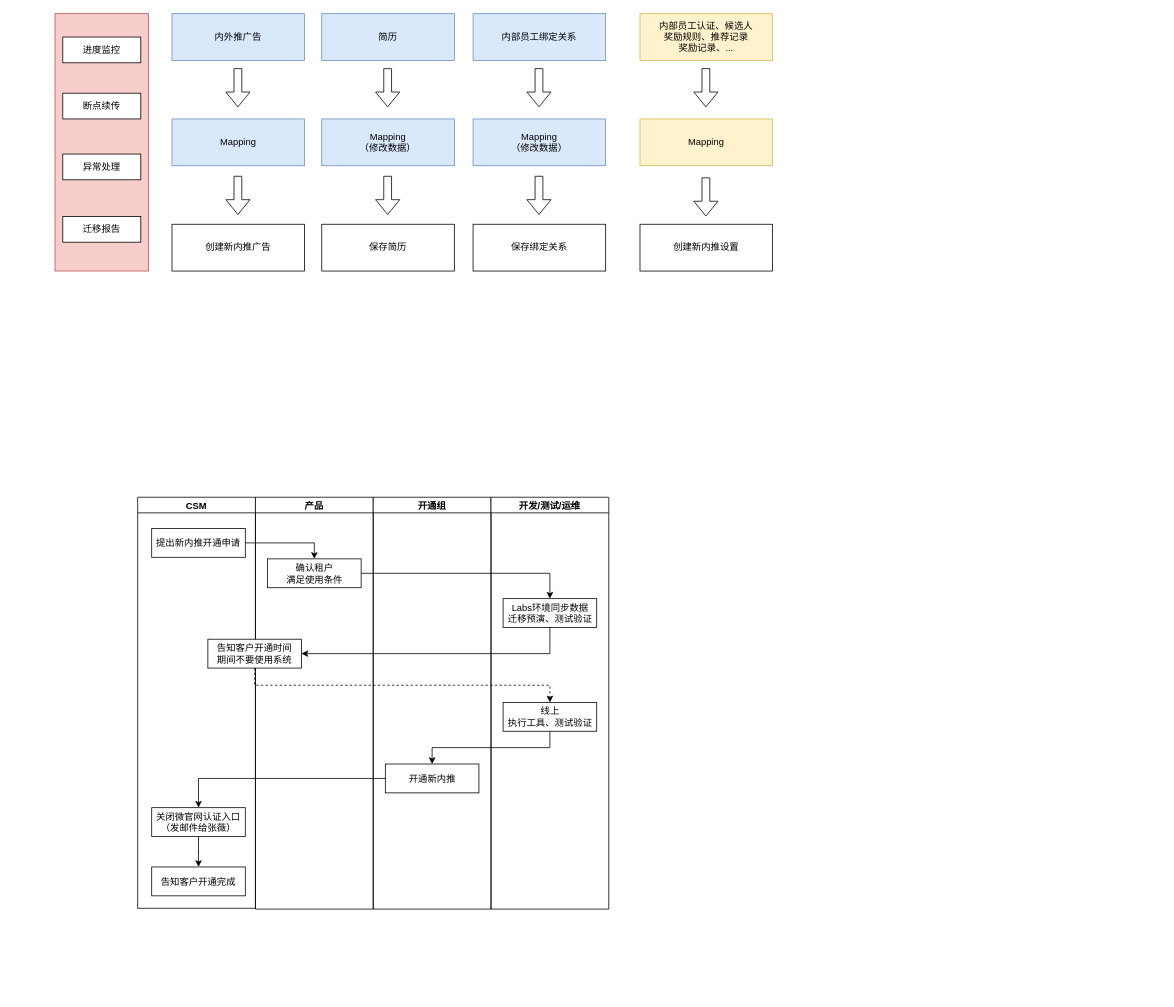
Above: 内外推架构.drawio in Lucas20029/A-Beisen-MicroSite-Diagrams (draw.io), before the change. Source tidied: cells renumbered, new cells numbered last; positions are measured from the earlier drawing's top-left corner, leaving out a move shared by most shapes. Both pictures are drawn from the tidied source at 78%, with x=0, y=0 at pixel (55, 13).
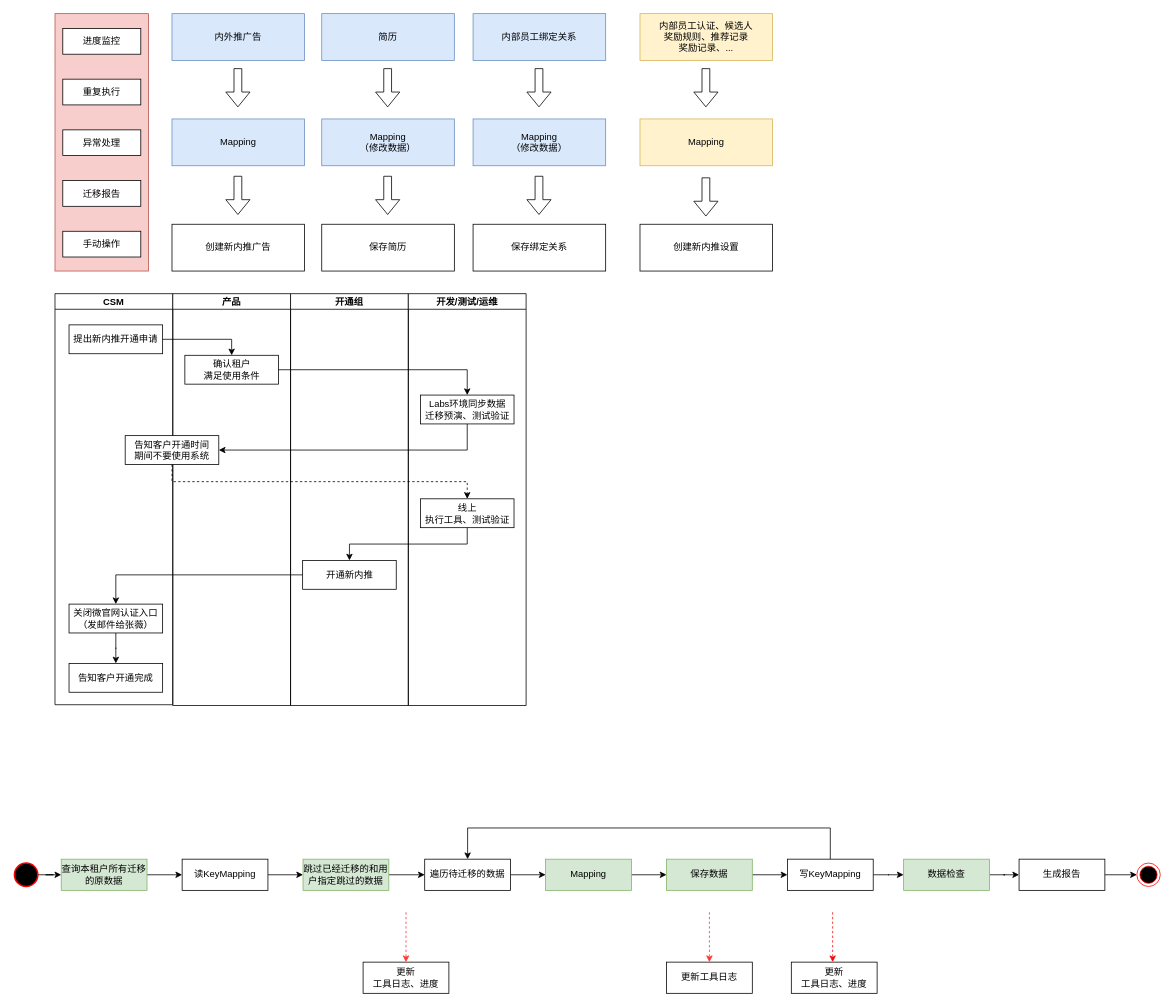
Above is the later version.

Commit message:
Update 内外推架构.drawio

What changed in the source:
```diff
@@
     <mxCell id="9" value="&lt;span&gt;进度监控&lt;/span&gt;" style="rounded=0;whiteSpace=wrap;html=1;" parent="1" vertex="1">
-      <mxGeometry x="10" y="30" width="100" height="33" as="geometry" />
+      <mxGeometry x="10" y="19" width="100" height="33" as="geometry" />
     </mxCell>
-    <mxCell id="10" value="断点续传" style="rounded=0;whiteSpace=wrap;html=1;" parent="1" vertex="1">
-      <mxGeometry x="10" y="102" width="100" height="33" as="geometry" />
+    <mxCell id="10" value="重复执行" style="rounded=0;whiteSpace=wrap;html=1;" parent="1" vertex="1">
+      <mxGeometry x="10" y="84" width="100" height="33" as="geometry" />
     </mxCell>
     <mxCell id="11" value="异常处理" style="rounded=0;whiteSpace=wrap;html=1;" parent="1" vertex="1">
-      <mxGeometry x="10" y="180" width="100" height="33" as="geometry" />
+      <mxGeometry x="10" y="149" width="100" height="33" as="geometry" />
     </mxCell>
     <mxCell id="12" value="迁移报告" style="rounded=0;whiteSpace=wrap;html=1;" parent="1" vertex="1">
-      <mxGeometry x="10" y="260" width="100" height="33" as="geometry" />
+      <mxGeometry x="10" y="214" width="100" height="33" as="geometry" />
     </mxCell>
@@
     <mxCell id="17" value="CSM" style="swimlane;startSize=20;" parent="1" vertex="1">
-      <mxGeometry x="106" y="620" width="151" height="527" as="geometry" />
+      <mxGeometry y="359" width="151" height="527" as="geometry" />
     </mxCell>
@@
     <mxCell id="22" value="产品" style="swimlane;startSize=20;" parent="1" vertex="1">
-      <mxGeometry x="257" y="620" width="151" height="528" as="geometry" />
+      <mxGeometry x="151" y="359" width="151" height="528" as="geometry" />
     </mxCell>
@@
     <mxCell id="24" value="开通组" style="swimlane;startSize=20;" parent="1" vertex="1">
-      <mxGeometry x="408" y="620" width="151" height="528" as="geometry" />
+      <mxGeometry x="302" y="359" width="151" height="528" as="geometry" />
     </mxCell>
@@
     <mxCell id="26" value="开发/测试/运维" style="swimlane;startSize=20;" parent="1" vertex="1">
-      <mxGeometry x="559" y="620" width="151" height="528" as="geometry" />
+      <mxGeometry x="453" y="359" width="151" height="528" as="geometry" />
     </mxCell>
@@
     <mxCell id="33" value="告知客户开通时间&lt;br&gt;期间不要使用系统" style="rounded=0;whiteSpace=wrap;html=1;" parent="1" vertex="1">
-      <mxGeometry x="196" y="802" width="120" height="37" as="geometry" />
+      <mxGeometry x="90" y="541" width="120" height="37" as="geometry" />
     </mxCell>
@@
+    <mxCell id="46" style="edgeStyle=orthogonalEdgeStyle;rounded=0;jettySize=auto;html=1;exitX=1;exitY=0.5;exitDx=0;exitDy=0;" parent="1" edge="1" source="47" target="49">
+      <mxGeometry relative="1" as="geometry" />
+    </mxCell>
+    <mxCell id="47" value="查询本租户所有迁移的原数据" style="rounded=0;whiteSpace=wrap;html=1;fillColor=#d5e8d4;strokeColor=#82b366;" parent="1" vertex="1">
+      <mxGeometry x="8" y="1084" width="110" height="40" as="geometry" />
+    </mxCell>
+    <mxCell id="48" style="edgeStyle=orthogonalEdgeStyle;rounded=0;jettySize=auto;html=1;exitX=1;exitY=0.5;exitDx=0;exitDy=0;" parent="1" edge="1" source="49" target="60">
+      <mxGeometry relative="1" as="geometry" />
+    </mxCell>
+    <mxCell id="49" value="读KeyMapping" style="rounded=0;whiteSpace=wrap;html=1;" parent="1" vertex="1">
+      <mxGeometry x="163" y="1084" width="110" height="40" as="geometry" />
+    </mxCell>
+    <mxCell id="50" style="edgeStyle=orthogonalEdgeStyle;rounded=0;jettySize=auto;html=1;exitX=1;exitY=0.5;exitDx=0;exitDy=0;" parent="1" edge="1" source="51" target="53">
+      <mxGeometry relative="1" as="geometry" />
+    </mxCell>
+    <mxCell id="51" value="遍历待迁移的数据" style="rounded=0;whiteSpace=wrap;html=1;" parent="1" vertex="1">
+      <mxGeometry x="474" y="1084" width="110" height="40" as="geometry" />
+    </mxCell>
+    <mxCell id="52" style="edgeStyle=orthogonalEdgeStyle;rounded=0;jettySize=auto;html=1;exitX=1;exitY=0.5;exitDx=0;exitDy=0;" parent="1" edge="1" source="53" target="55">
+      <mxGeometry relative="1" as="geometry" />
+    </mxCell>
+    <mxCell id="53" value="Mapping" style="rounded=0;whiteSpace=wrap;html=1;fillColor=#d5e8d4;strokeColor=#82b366;" parent="1" vertex="1">
+      <mxGeometry x="629" y="1084" width="110" height="40" as="geometry" />
+    </mxCell>
+    <mxCell id="54" style="edgeStyle=orthogonalEdgeStyle;rounded=0;jettySize=auto;html=1;exitX=1;exitY=0.5;exitDx=0;exitDy=0;" parent="1" edge="1" source="55" target="58">
+      <mxGeometry relative="1" as="geometry" />
+    </mxCell>
+    <mxCell id="55" value="保存数据" style="rounded=0;whiteSpace=wrap;html=1;fillColor=#d5e8d4;strokeColor=#82b366;" parent="1" vertex="1">
+      <mxGeometry x="784" y="1084" width="110" height="40" as="geometry" />
+    </mxCell>
+    <mxCell id="56" style="edgeStyle=orthogonalEdgeStyle;rounded=0;jettySize=auto;html=1;exitX=0.5;exitY=0;exitDx=0;exitDy=0;entryX=0.5;entryY=0;entryDx=0;entryDy=0;" parent="1" edge="1" source="58" target="51">
+      <mxGeometry relative="1" as="geometry">
+        <Array as="points">
+          <mxPoint x="994" y="1044" />
+          <mxPoint x="529" y="1044" />
+        </Array>
+      </mxGeometry>
+    </mxCell>
+    <mxCell id="57" style="edgeStyle=orthogonalEdgeStyle;rounded=0;jettySize=auto;html=1;" parent="1" edge="1" source="58" target="74">
+      <mxGeometry relative="1" as="geometry" />
+    </mxCell>
+    <mxCell id="58" value="写KeyMapping" style="rounded=0;whiteSpace=wrap;html=1;" parent="1" vertex="1">
+      <mxGeometry x="939" y="1084" width="110" height="40" as="geometry" />
+    </mxCell>
+    <mxCell id="59" style="edgeStyle=orthogonalEdgeStyle;rounded=0;jettySize=auto;html=1;exitX=1;exitY=0.5;exitDx=0;exitDy=0;" parent="1" edge="1" source="60" target="51">
+      <mxGeometry relative="1" as="geometry" />
+    </mxCell>
+    <mxCell id="60" value="&lt;span&gt;跳过已经迁移的和用户指定跳过的数据&lt;/span&gt;" style="rounded=0;whiteSpace=wrap;html=1;fillColor=#d5e8d4;strokeColor=#82b366;" parent="1" vertex="1">
+      <mxGeometry x="318" y="1084" width="110" height="40" as="geometry" />
+    </mxCell>
+    <mxCell id="61" style="edgeStyle=orthogonalEdgeStyle;rounded=0;jettySize=auto;html=1;exitX=1;exitY=0.5;exitDx=0;exitDy=0;entryX=0;entryY=0.5;entryDx=0;entryDy=0;" parent="1" edge="1" source="62" target="65">
+      <mxGeometry relative="1" as="geometry" />
+    </mxCell>
+    <mxCell id="62" value="生成报告" style="rounded=0;whiteSpace=wrap;html=1;" parent="1" vertex="1">
+      <mxGeometry x="1236" y="1084" width="110" height="40" as="geometry" />
+    </mxCell>
+    <mxCell id="63" style="edgeStyle=orthogonalEdgeStyle;rounded=0;jettySize=auto;html=1;exitX=1;exitY=0.5;exitDx=0;exitDy=0;exitPerimeter=0;" parent="1" edge="1" source="64" target="47">
+      <mxGeometry relative="1" as="geometry" />
+    </mxCell>
+    <mxCell id="64" style="strokeWidth=2;html=1;shape=mxgraph.flowchart.start_2;whiteSpace=wrap;strokeColor=#FF0000;fillColor=#000000;" parent="1" vertex="1">
+      <mxGeometry x="-52" y="1089" width="30" height="30" as="geometry" />
+    </mxCell>
+    <mxCell id="65" style="ellipse;html=1;shape=endState;fillColor=#000000;strokeColor=#ff0000;" parent="1" vertex="1">
+      <mxGeometry x="1387" y="1089" width="30" height="30" as="geometry" />
+    </mxCell>
+    <mxCell id="66" value="更新&lt;br&gt;工具日志、进度" style="rounded=0;whiteSpace=wrap;html=1;" parent="1" vertex="1">
+      <mxGeometry x="395" y="1216" width="110" height="40" as="geometry" />
+    </mxCell>
+    <mxCell id="67" value="更新&lt;br&gt;工具日志、进度" style="rounded=0;whiteSpace=wrap;html=1;" parent="1" vertex="1">
+      <mxGeometry x="944" y="1216" width="110" height="40" as="geometry" />
+    </mxCell>
+    <mxCell id="68" style="edgeStyle=orthogonalEdgeStyle;rounded=0;jettySize=auto;html=1;entryX=0.5;entryY=0;entryDx=0;entryDy=0;dashed=1;strokeColor=#FF3333;" parent="1" edge="1" target="66">
+      <mxGeometry relative="1" as="geometry">
+        <mxPoint x="450" y="1152" as="sourcePoint" />
+        <Array as="points">
+          <mxPoint x="450" y="1152" />
+        </Array>
+      </mxGeometry>
+    </mxCell>
+    <mxCell id="69" style="edgeStyle=orthogonalEdgeStyle;rounded=0;orthogonalLoop=1;jettySize=auto;html=1;entryX=0.5;entryY=0;entryDx=0;entryDy=0;dashed=1;strokeColor=#FF0000;" parent="1" edge="1">
+      <mxGeometry relative="1" as="geometry">
+        <mxPoint x="997" y="1152" as="sourcePoint" />
+        <mxPoint x="997" y="1216" as="targetPoint" />
+        <Array as="points">
+          <mxPoint x="997" y="1152" />
+        </Array>
+      </mxGeometry>
+    </mxCell>
+    <mxCell id="70" value="更新工具日志" style="rounded=0;whiteSpace=wrap;html=1;" parent="1" vertex="1">
+      <mxGeometry x="784" y="1216" width="110" height="40" as="geometry" />
+    </mxCell>
+    <mxCell id="71" style="edgeStyle=orthogonalEdgeStyle;rounded=0;jettySize=auto;html=1;entryX=0.5;entryY=0;entryDx=0;entryDy=0;dashed=1;strokeColor=#FF3333;" parent="1" edge="1" target="70">
+      <mxGeometry relative="1" as="geometry">
+        <mxPoint x="839" y="1152" as="sourcePoint" />
+        <Array as="points">
+          <mxPoint x="839" y="1152" />
+        </Array>
+      </mxGeometry>
+    </mxCell>
+    <mxCell id="72" value="手动操作" style="rounded=0;whiteSpace=wrap;html=1;" parent="1" vertex="1">
+      <mxGeometry x="10" y="279" width="100" height="33" as="geometry" />
+    </mxCell>
+    <mxCell id="73" style="edgeStyle=orthogonalEdgeStyle;rounded=0;jettySize=auto;html=1;" parent="1" edge="1" source="74" target="62">
+      <mxGeometry relative="1" as="geometry" />
+    </mxCell>
+    <mxCell id="74" value="数据检查" style="rounded=0;whiteSpace=wrap;html=1;fillColor=#d5e8d4;strokeColor=#82b366;" parent="1" vertex="1">
+      <mxGeometry x="1088" y="1084" width="110" height="40" as="geometry" />
+    </mxCell>
```
